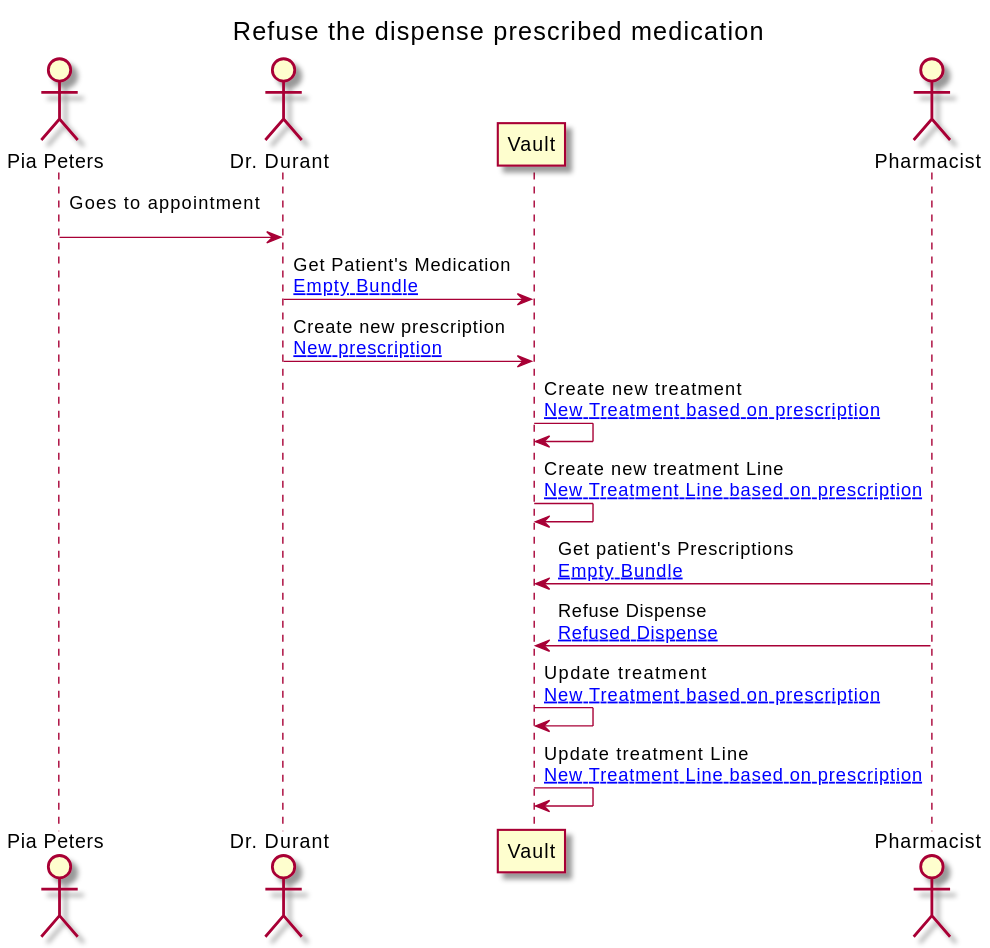
This is branches/master/ExampleScenario-example-6-scenario.svg from costateixeira/hl7-be-fhir-medication, a PlantUML export, as it was before one commit.
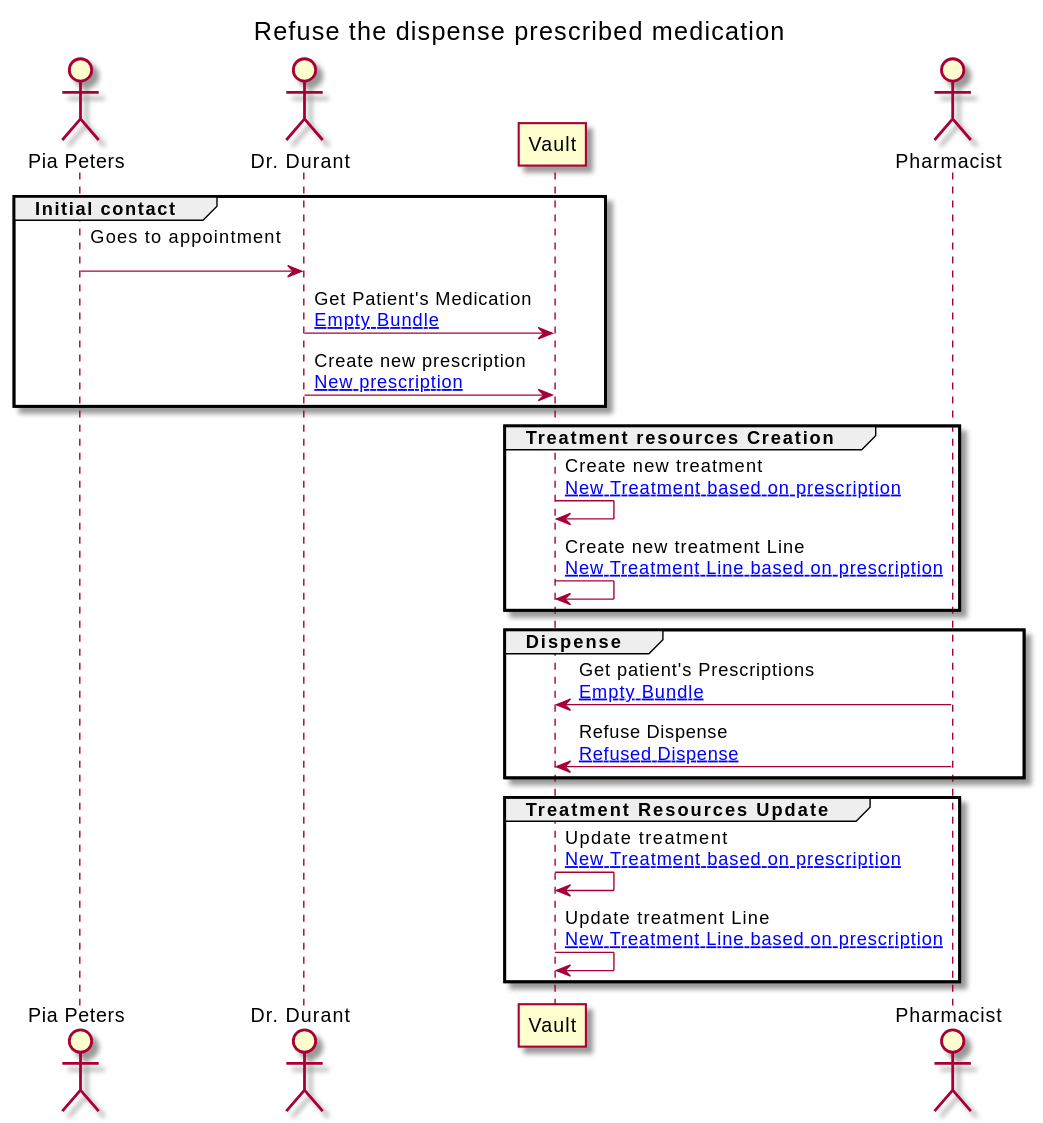
After the commit.

Change to the diagram source:
```diff
@@ -13,23 +13,30 @@
 
 
 
+group Initial contact
+
 PATIENT -> GP : Goes to appointment\n
+GP -> VAULT : Get Patient's Medication\n[[ExampleScenario-example-6-scenario-resources.html#EB Empty Bundle]]
+GP -> VAULT : Create new prescription\n[[ExampleScenario-example-6-scenario-resources.html#6-prescription New prescription]]
+end
 
-GP -> VAULT : Get Patient's Medication\n[[ExampleScenario-example-6-scenario-resources.html#EB Empty Bundle]]
-
-GP -> VAULT : Create new prescription\n[[ExampleScenario-example-6-scenario-resources.html#6-prescription New prescription]]
+group Treatment resources Creation
 
 VAULT -> VAULT : Create new treatment\n[[ExampleScenario-example-6-scenario-resources.html#6-treatment New Treatment based on prescription]]
+VAULT -> VAULT : Create new treatment Line\n[[ExampleScenario-example-6-scenario-resources.html#6-treatmentLine New Treatment Line based on prescription]]
+end
 
-VAULT -> VAULT : Create new treatment Line\n[[ExampleScenario-example-6-scenario-resources.html#6-treatmentLine New Treatment Line based on prescription]]
+group Dispense
 
 PHARM -> VAULT : Get patient's Prescriptions\n[[ExampleScenario-example-6-scenario-resources.html#EB Empty Bundle]]
+PHARM -> VAULT : Refuse Dispense\n[[ExampleScenario-example-6-scenario-resources.html#6-dispense Refused Dispense]]
+end
 
-PHARM -> VAULT : Refuse Dispense\n[[ExampleScenario-example-6-scenario-resources.html#6-dispense Refused Dispense]]
+group Treatment Resources Update
 
 VAULT -> VAULT : Update treatment\n[[ExampleScenario-example-6-scenario-resources.html#6-treatment New Treatment based on prescription]]
-
 VAULT -> VAULT : Update treatment Line\n[[ExampleScenario-example-6-scenario-resources.html#6-treatmentLine New Treatment Line based on prescription]]
+end
 
 
 @enduml
```
